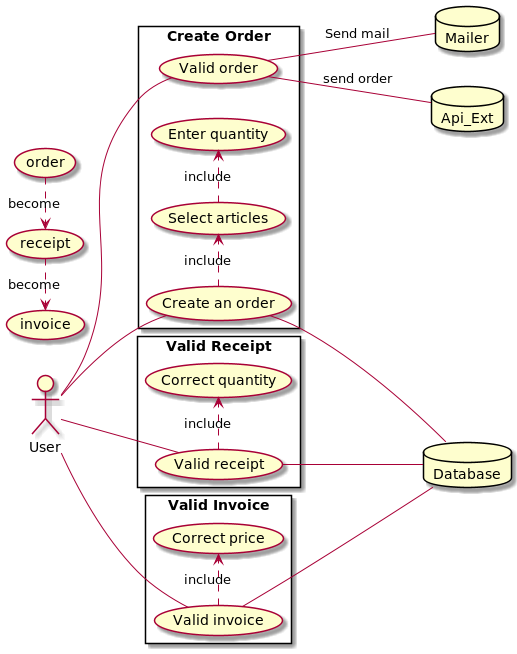
Before: docs/uml/img/order.png, a diagram exported from PlantUML (Dev-Int/glsr). The source it was exported from:
```plantuml
@startuml
left to right direction
skinparam packageStyle rectangle
actor User
database Database
database Mailer
database Api_Ext

rectangle "Create Order" {
	User -- (Create an order)
	(Create an order) .> (Select articles) : include
	(Select articles) .> (Enter quantity) : include
	User -- (Valid order)
	(Valid order) -- Mailer : Send mail
	(Valid order) -- Api_Ext : send order
	(Create an order) -- Database
}
(order) .> (receipt) : become
(receipt) .> (invoice) : become

rectangle "Valid Receipt" {
	User -- (Valid receipt)
	(Valid receipt) .> (Correct quantity) : include
	(Valid receipt) -- Database
}

rectangle "Valid Invoice" {
	User -- (Valid invoice)
	(Valid invoice) .> (Correct price) : include
	(Valid invoice) -- Database
}
@enduml
```
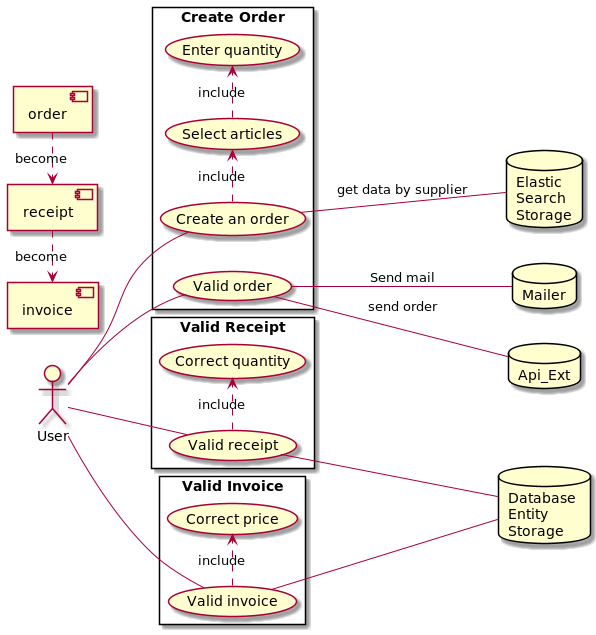
After the change.

Diff of the diagram source:
```diff
@@ -2,9 +2,10 @@
 left to right direction
 skinparam packageStyle rectangle
 actor User
-database Database
 database Mailer
 database Api_Ext
+database "Database \nEntity \nStorage" as Database
+database "Elastic \nSearch \nStorage" as DTOStorage
 
 rectangle "Create Order" {
 	User -- (Create an order)
@@ -13,10 +14,10 @@
 	User -- (Valid order)
 	(Valid order) -- Mailer : Send mail
 	(Valid order) -- Api_Ext : send order
-	(Create an order) -- Database
+	(Create an order) -- DTOStorage : get data by supplier
 }
-(order) .> (receipt) : become
-(receipt) .> (invoice) : become
+[order] .> [receipt] : become
+[receipt] .> [invoice] : become
 
 rectangle "Valid Receipt" {
 	User -- (Valid receipt)
```
